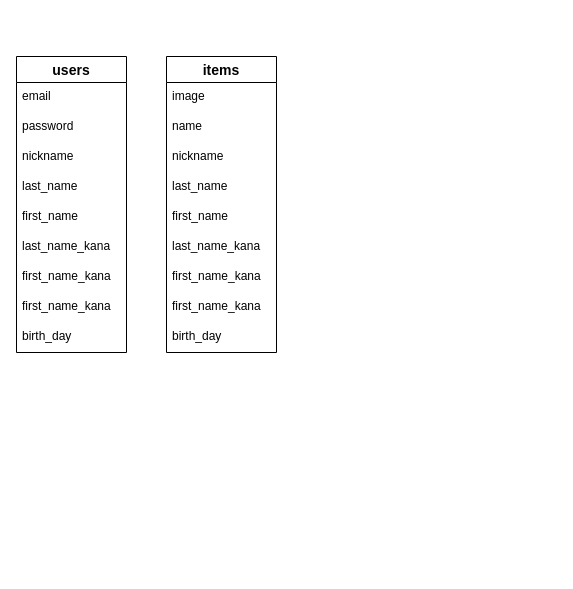
Before: er.dio in Buchikin/furima-33942, a draw.io diagram. Source tidied: cells renumbered, new cells numbered last; positions are measured from the earlier drawing's top-left corner, leaving out a move shared by most shapes. Both pictures are drawn from the tidied source at 100%, with x=0, y=0 at pixel (16, 56).
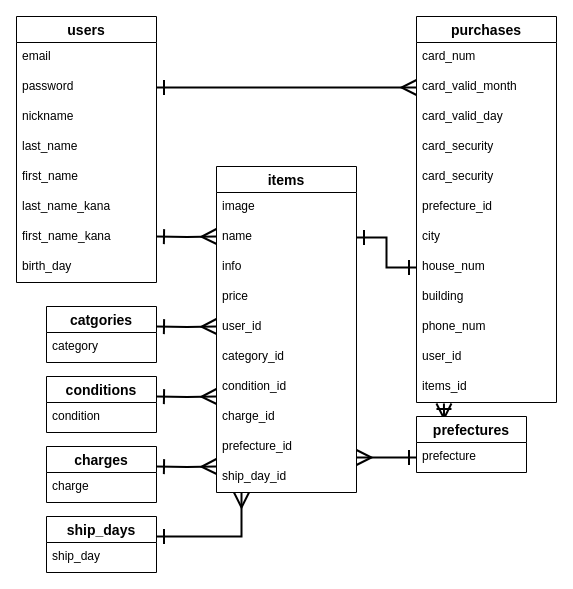
After the change.

What changed in the source:
```diff
@@
     <mxCell id="2" value="users" style="swimlane;fontStyle=1;horizontal=1;startSize=26;align=center;fontSize=14;" parent="1" vertex="1">
-      <mxGeometry width="110" height="296" as="geometry" />
+      <mxGeometry y="-40" width="140" height="266" as="geometry" />
     </mxCell>
     <mxCell id="3" value="email" style="text;strokeColor=none;fillColor=none;spacingLeft=4;spacingRight=4;overflow=hidden;fontSize=12;" parent="2" vertex="1">
-      <mxGeometry y="26" width="110" height="30" as="geometry" />
+      <mxGeometry y="26" width="140" height="30" as="geometry" />
     </mxCell>
     <mxCell id="4" value="password" style="text;strokeColor=none;fillColor=none;spacingLeft=4;spacingRight=4;overflow=hidden;points=[[0,0.5],[1,0.5]];portConstraint=eastwest;fontSize=12;" parent="2" vertex="1">
-      <mxGeometry y="56" width="110" height="30" as="geometry" />
+      <mxGeometry y="56" width="140" height="30" as="geometry" />
     </mxCell>
     <mxCell id="5" value="nickname" style="text;strokeColor=none;fillColor=none;spacingLeft=4;spacingRight=4;overflow=hidden;fontSize=12;" parent="2" vertex="1">
-      <mxGeometry y="86" width="110" height="30" as="geometry" />
+      <mxGeometry y="86" width="140" height="30" as="geometry" />
     </mxCell>
     <mxCell id="6" value="last_name" style="text;strokeColor=none;fillColor=none;spacingLeft=4;spacingRight=4;overflow=hidden;fontSize=12;" parent="2" vertex="1">
-      <mxGeometry y="116" width="110" height="30" as="geometry" />
+      <mxGeometry y="116" width="140" height="30" as="geometry" />
     </mxCell>
     <mxCell id="7" value="first_name" style="text;strokeColor=none;fillColor=none;spacingLeft=4;spacingRight=4;overflow=hidden;fontSize=12;" parent="2" vertex="1">
-      <mxGeometry y="146" width="110" height="30" as="geometry" />
+      <mxGeometry y="146" width="140" height="30" as="geometry" />
     </mxCell>
     <mxCell id="8" value="last_name_kana" style="text;strokeColor=none;fillColor=none;spacingLeft=4;spacingRight=4;overflow=hidden;fontSize=12;" parent="2" vertex="1">
-      <mxGeometry y="176" width="110" height="30" as="geometry" />
+      <mxGeometry y="176" width="140" height="30" as="geometry" />
     </mxCell>
     <mxCell id="9" value="first_name_kana" style="text;strokeColor=none;fillColor=none;spacingLeft=4;spacingRight=4;overflow=hidden;fontSize=12;" parent="2" vertex="1">
-      <mxGeometry y="206" width="110" height="30" as="geometry" />
+      <mxGeometry y="206" width="140" height="30" as="geometry" />
     </mxCell>
-    <mxCell id="10" value="first_name_kana" style="text;strokeColor=none;fillColor=none;spacingLeft=4;spacingRight=4;overflow=hidden;fontSize=12;" parent="2" vertex="1">
-      <mxGeometry y="236" width="110" height="30" as="geometry" />
-    </mxCell>
     <mxCell id="11" value="birth_day" style="text;strokeColor=none;fillColor=none;spacingLeft=4;spacingRight=4;overflow=hidden;fontSize=12;" parent="2" vertex="1">
-      <mxGeometry y="266" width="110" height="30" as="geometry" />
+      <mxGeometry y="236" width="140" height="30" as="geometry" />
     </mxCell>
-    <mxCell id="12" value="items" style="swimlane;fontStyle=1;horizontal=1;startSize=26;align=center;fontSize=14;" parent="1" vertex="1">
-      <mxGeometry x="150" width="110" height="296" as="geometry" />
+    <mxCell id="12" value="purchases" style="swimlane;fontStyle=1;horizontal=1;startSize=26;align=center;fontSize=14;" parent="1" vertex="1">
+      <mxGeometry x="400" y="-40" width="140" height="386" as="geometry" />
     </mxCell>
-    <mxCell id="13" value="image" style="text;strokeColor=none;fillColor=none;spacingLeft=4;spacingRight=4;overflow=hidden;fontSize=12;" parent="12" vertex="1">
-      <mxGeometry y="26" width="110" height="30" as="geometry" />
+    <mxCell id="13" value="card_num" style="text;strokeColor=none;fillColor=none;spacingLeft=4;spacingRight=4;overflow=hidden;fontSize=12;" parent="12" vertex="1">
+      <mxGeometry y="26" width="140" height="30" as="geometry" />
     </mxCell>
-    <mxCell id="14" value="name" style="text;strokeColor=none;fillColor=none;spacingLeft=4;spacingRight=4;overflow=hidden;points=[[0,0.5],[1,0.5]];portConstraint=eastwest;fontSize=12;" parent="12" vertex="1">
-      <mxGeometry y="56" width="110" height="30" as="geometry" />
+    <mxCell id="14" value="card_valid_month" style="text;strokeColor=none;fillColor=none;spacingLeft=4;spacingRight=4;overflow=hidden;points=[[0,0.5],[1,0.5]];portConstraint=eastwest;fontSize=12;" parent="12" vertex="1">
+      <mxGeometry y="56" width="140" height="30" as="geometry" />
     </mxCell>
-    <mxCell id="15" value="nickname" style="text;strokeColor=none;fillColor=none;spacingLeft=4;spacingRight=4;overflow=hidden;fontSize=12;" parent="12" vertex="1">
-      <mxGeometry y="86" width="110" height="30" as="geometry" />
-    </mxCell>
+    <mxCell id="22" value="card_valid_day" style="text;strokeColor=none;fillColor=none;spacingLeft=4;spacingRight=4;overflow=hidden;fontSize=12;" parent="12" vertex="1">
+      <mxGeometry y="86" width="140" height="30" as="geometry" />
+    </mxCell>
-    <mxCell id="16" value="last_name" style="text;strokeColor=none;fillColor=none;spacingLeft=4;spacingRight=4;overflow=hidden;fontSize=12;" parent="12" vertex="1">
-      <mxGeometry y="116" width="110" height="30" as="geometry" />
+    <mxCell id="16" value="card_security" style="text;strokeColor=none;fillColor=none;spacingLeft=4;spacingRight=4;overflow=hidden;fontSize=12;" parent="12" vertex="1">
+      <mxGeometry y="116" width="140" height="30" as="geometry" />
     </mxCell>
-    <mxCell id="17" value="first_name" style="text;strokeColor=none;fillColor=none;spacingLeft=4;spacingRight=4;overflow=hidden;fontSize=12;" parent="12" vertex="1">
-      <mxGeometry y="146" width="110" height="30" as="geometry" />
-    </mxCell>
-    <mxCell id="18" value="last_name_kana" style="text;strokeColor=none;fillColor=none;spacingLeft=4;spacingRight=4;overflow=hidden;fontSize=12;" parent="12" vertex="1">
-      <mxGeometry y="176" width="110" height="30" as="geometry" />
-    </mxCell>
-    <mxCell id="19" value="first_name_kana" style="text;strokeColor=none;fillColor=none;spacingLeft=4;spacingRight=4;overflow=hidden;fontSize=12;" parent="12" vertex="1">
-      <mxGeometry y="206" width="110" height="30" as="geometry" />
-    </mxCell>
+    <mxCell id="23" value="card_security" style="text;strokeColor=none;fillColor=none;spacingLeft=4;spacingRight=4;overflow=hidden;fontSize=12;" parent="12" vertex="1">
+      <mxGeometry y="146" width="140" height="30" as="geometry" />
+    </mxCell>
+    <mxCell id="24" value="prefecture_id" style="text;strokeColor=none;fillColor=none;spacingLeft=4;spacingRight=4;overflow=hidden;fontSize=12;" parent="12" vertex="1">
+      <mxGeometry y="176" width="140" height="30" as="geometry" />
+    </mxCell>
-    <mxCell id="20" value="first_name_kana" style="text;strokeColor=none;fillColor=none;spacingLeft=4;spacingRight=4;overflow=hidden;fontSize=12;" parent="12" vertex="1">
-      <mxGeometry y="236" width="110" height="30" as="geometry" />
+    <mxCell id="20" value="city" style="text;strokeColor=none;fillColor=none;spacingLeft=4;spacingRight=4;overflow=hidden;fontSize=12;" parent="12" vertex="1">
+      <mxGeometry y="206" width="140" height="30" as="geometry" />
     </mxCell>
-    <mxCell id="21" value="birth_day" style="text;strokeColor=none;fillColor=none;spacingLeft=4;spacingRight=4;overflow=hidden;points=[[0,0.5],[1,0.5]];portConstraint=eastwest;fontSize=12;" parent="12" vertex="1">
-      <mxGeometry y="266" width="110" height="30" as="geometry" />
+    <mxCell id="21" value="house_num" style="text;strokeColor=none;fillColor=none;spacingLeft=4;spacingRight=4;overflow=hidden;points=[[0,0.5],[1,0.5]];portConstraint=eastwest;fontSize=12;" parent="12" vertex="1">
+      <mxGeometry y="236" width="140" height="30" as="geometry" />
     </mxCell>
+    <mxCell id="25" value="building" style="text;strokeColor=none;fillColor=none;spacingLeft=4;spacingRight=4;overflow=hidden;fontSize=12;" parent="12" vertex="1">
+      <mxGeometry y="266" width="140" height="30" as="geometry" />
+    </mxCell>
+    <mxCell id="26" value="phone_num" style="text;strokeColor=none;fillColor=none;spacingLeft=4;spacingRight=4;overflow=hidden;fontSize=12;" parent="12" vertex="1">
+      <mxGeometry y="296" width="140" height="30" as="geometry" />
+    </mxCell>
+    <mxCell id="27" value="user_id" style="text;strokeColor=none;fillColor=none;spacingLeft=4;spacingRight=4;overflow=hidden;fontSize=12;" parent="12" vertex="1">
+      <mxGeometry y="326" width="140" height="30" as="geometry" />
+    </mxCell>
+    <mxCell id="28" value="items_id" style="text;strokeColor=none;fillColor=none;spacingLeft=4;spacingRight=4;overflow=hidden;points=[[0,0.5],[1,0.5]];portConstraint=eastwest;fontSize=12;" parent="12" vertex="1">
+      <mxGeometry y="356" width="140" height="30" as="geometry" />
+    </mxCell>
+    <mxCell id="29" value="items" style="swimlane;fontStyle=1;horizontal=1;startSize=26;align=center;fontSize=14;" parent="1" vertex="1">
+      <mxGeometry x="200" y="110" width="140" height="326" as="geometry" />
+    </mxCell>
+    <mxCell id="30" value="image" style="text;strokeColor=none;fillColor=none;spacingLeft=4;spacingRight=4;overflow=hidden;fontSize=12;" parent="29" vertex="1">
+      <mxGeometry y="26" width="140" height="30" as="geometry" />
+    </mxCell>
+    <mxCell id="31" value="name" style="text;strokeColor=none;fillColor=none;spacingLeft=4;spacingRight=4;overflow=hidden;points=[[0,0.5],[1,0.5]];portConstraint=eastwest;fontSize=12;" parent="29" vertex="1">
+      <mxGeometry y="56" width="140" height="30" as="geometry" />
+    </mxCell>
+    <mxCell id="32" value="info" style="text;strokeColor=none;fillColor=none;spacingLeft=4;spacingRight=4;overflow=hidden;fontSize=12;" parent="29" vertex="1">
+      <mxGeometry y="86" width="140" height="30" as="geometry" />
+    </mxCell>
+    <mxCell id="33" value="price" style="text;strokeColor=none;fillColor=none;spacingLeft=4;spacingRight=4;overflow=hidden;fontSize=12;" parent="29" vertex="1">
+      <mxGeometry y="116" width="140" height="30" as="geometry" />
+    </mxCell>
+    <mxCell id="34" value="user_id" style="text;strokeColor=none;fillColor=none;spacingLeft=4;spacingRight=4;overflow=hidden;fontSize=12;" parent="29" vertex="1">
+      <mxGeometry y="146" width="140" height="30" as="geometry" />
+    </mxCell>
+    <mxCell id="35" value="category_id" style="text;strokeColor=none;fillColor=none;spacingLeft=4;spacingRight=4;overflow=hidden;fontSize=12;" parent="29" vertex="1">
+      <mxGeometry y="176" width="140" height="30" as="geometry" />
+    </mxCell>
+    <mxCell id="36" value="condition_id" style="text;strokeColor=none;fillColor=none;spacingLeft=4;spacingRight=4;overflow=hidden;fontSize=12;" parent="29" vertex="1">
+      <mxGeometry y="206" width="140" height="30" as="geometry" />
+    </mxCell>
+    <mxCell id="37" value="charge_id" style="text;strokeColor=none;fillColor=none;spacingLeft=4;spacingRight=4;overflow=hidden;fontSize=12;" parent="29" vertex="1">
+      <mxGeometry y="236" width="140" height="30" as="geometry" />
+    </mxCell>
+    <mxCell id="38" value="prefecture_id" style="text;strokeColor=none;fillColor=none;spacingLeft=4;spacingRight=4;overflow=hidden;fontSize=12;" parent="29" vertex="1">
+      <mxGeometry y="266" width="140" height="30" as="geometry" />
+    </mxCell>
+    <mxCell id="39" value="ship_day_id" style="text;strokeColor=none;fillColor=none;spacingLeft=4;spacingRight=4;overflow=hidden;points=[[0,0.5],[1,0.5]];portConstraint=eastwest;fontSize=12;" parent="29" vertex="1">
+      <mxGeometry y="296" width="140" height="30" as="geometry" />
+    </mxCell>
+    <mxCell id="40" value="catgories" style="swimlane;fontStyle=1;horizontal=1;startSize=26;align=center;fontSize=14;" parent="1" vertex="1">
+      <mxGeometry x="30" y="250" width="110" height="56" as="geometry" />
+    </mxCell>
+    <mxCell id="41" value="category" style="text;strokeColor=none;fillColor=none;spacingLeft=4;spacingRight=4;overflow=hidden;fontSize=12;" parent="40" vertex="1">
+      <mxGeometry y="26" width="110" height="30" as="geometry" />
+    </mxCell>
+    <mxCell id="42" value="conditions" style="swimlane;fontStyle=1;horizontal=1;startSize=26;align=center;fontSize=14;" parent="1" vertex="1">
+      <mxGeometry x="30" y="320" width="110" height="56" as="geometry" />
+    </mxCell>
+    <mxCell id="43" value="condition" style="text;strokeColor=none;fillColor=none;spacingLeft=4;spacingRight=4;overflow=hidden;fontSize=12;" parent="42" vertex="1">
+      <mxGeometry y="26" width="110" height="30" as="geometry" />
+    </mxCell>
+    <mxCell id="44" value="charges" style="swimlane;fontStyle=1;horizontal=1;startSize=26;align=center;fontSize=14;" parent="1" vertex="1">
+      <mxGeometry x="30" y="390" width="110" height="56" as="geometry" />
+    </mxCell>
+    <mxCell id="45" value="charge" style="text;strokeColor=none;fillColor=none;spacingLeft=4;spacingRight=4;overflow=hidden;fontSize=12;" parent="44" vertex="1">
+      <mxGeometry y="26" width="110" height="30" as="geometry" />
+    </mxCell>
+    <mxCell id="46" value="ship_days" style="swimlane;fontStyle=1;horizontal=1;startSize=26;align=center;fontSize=14;" parent="1" vertex="1">
+      <mxGeometry x="30" y="460" width="110" height="56" as="geometry" />
+    </mxCell>
+    <mxCell id="47" value="ship_day" style="text;strokeColor=none;fillColor=none;spacingLeft=4;spacingRight=4;overflow=hidden;fontSize=12;" parent="46" vertex="1">
+      <mxGeometry y="26" width="110" height="30" as="geometry" />
+    </mxCell>
+    <mxCell id="48" style="edgeStyle=orthogonalEdgeStyle;rounded=0;jettySize=auto;html=1;exitX=0.25;exitY=0;exitDx=0;exitDy=0;entryX=0.196;entryY=1.033;entryDx=0;entryDy=0;entryPerimeter=0;startArrow=ERone;startFill=0;startSize=12;endArrow=ERmany;endFill=0;endSize=12;strokeWidth=2;" parent="1" edge="1" source="49" target="28">
+      <mxGeometry relative="1" as="geometry" />
+    </mxCell>
+    <mxCell id="49" value="prefectures" style="swimlane;fontStyle=1;horizontal=1;startSize=26;align=center;fontSize=14;" parent="1" vertex="1">
+      <mxGeometry x="400" y="360" width="110" height="56" as="geometry" />
+    </mxCell>
+    <mxCell id="50" value="prefecture" style="text;strokeColor=none;fillColor=none;spacingLeft=4;spacingRight=4;overflow=hidden;points=[[0,0.5],[1,0.5]];portConstraint=eastwest;fontSize=12;" parent="49" vertex="1">
+      <mxGeometry y="26" width="110" height="30" as="geometry" />
+    </mxCell>
+    <mxCell id="51" style="edgeStyle=orthogonalEdgeStyle;rounded=0;jettySize=auto;html=1;exitX=1;exitY=0.5;exitDx=0;exitDy=0;entryX=0;entryY=0.5;entryDx=0;entryDy=0;endArrow=ERmany;endFill=0;startArrow=ERone;startFill=0;strokeWidth=2;endSize=12;startSize=12;" parent="1" edge="1" source="4" target="14">
+      <mxGeometry relative="1" as="geometry" />
+    </mxCell>
+    <mxCell id="52" style="edgeStyle=orthogonalEdgeStyle;rounded=0;orthogonalLoop=1;jettySize=auto;html=1;exitX=1;exitY=0.5;exitDx=0;exitDy=0;endArrow=ERmany;endFill=0;startArrow=ERone;startFill=0;strokeWidth=2;endSize=12;startSize=12;" parent="1" edge="1">
+      <mxGeometry relative="1" as="geometry">
+        <mxPoint x="140" y="180" as="sourcePoint" />
+        <mxPoint x="200" y="180" as="targetPoint" />
+      </mxGeometry>
+    </mxCell>
+    <mxCell id="53" style="edgeStyle=orthogonalEdgeStyle;rounded=0;jettySize=auto;html=1;exitX=1;exitY=0.5;exitDx=0;exitDy=0;entryX=0;entryY=0.5;entryDx=0;entryDy=0;startArrow=ERone;startFill=0;startSize=12;endArrow=ERone;endFill=0;endSize=12;strokeWidth=2;" parent="1" edge="1" source="31" target="21">
+      <mxGeometry relative="1" as="geometry" />
+    </mxCell>
+    <mxCell id="54" style="edgeStyle=orthogonalEdgeStyle;rounded=0;orthogonalLoop=1;jettySize=auto;html=1;exitX=1;exitY=0.5;exitDx=0;exitDy=0;entryX=0;entryY=0.5;entryDx=0;entryDy=0;startArrow=ERone;startFill=0;startSize=12;endArrow=ERmany;endFill=0;endSize=12;strokeWidth=2;" parent="1" edge="1">
+      <mxGeometry relative="1" as="geometry">
+        <mxPoint x="140" y="270" as="sourcePoint" />
+        <mxPoint x="200" y="270" as="targetPoint" />
+      </mxGeometry>
+    </mxCell>
+    <mxCell id="55" style="edgeStyle=orthogonalEdgeStyle;rounded=0;orthogonalLoop=1;jettySize=auto;html=1;exitX=1;exitY=0.5;exitDx=0;exitDy=0;entryX=0;entryY=0.5;entryDx=0;entryDy=0;startArrow=ERone;startFill=0;startSize=12;endArrow=ERmany;endFill=0;endSize=12;strokeWidth=2;" parent="1" edge="1">
+      <mxGeometry relative="1" as="geometry">
+        <mxPoint x="140" y="340" as="sourcePoint" />
+        <mxPoint x="200" y="340" as="targetPoint" />
+      </mxGeometry>
+    </mxCell>
+    <mxCell id="56" style="edgeStyle=orthogonalEdgeStyle;rounded=0;orthogonalLoop=1;jettySize=auto;html=1;exitX=1;exitY=0.5;exitDx=0;exitDy=0;entryX=0;entryY=0.5;entryDx=0;entryDy=0;startArrow=ERone;startFill=0;startSize=12;endArrow=ERmany;endFill=0;endSize=12;strokeWidth=2;" parent="1" edge="1">
+      <mxGeometry relative="1" as="geometry">
+        <mxPoint x="140" y="410" as="sourcePoint" />
+        <mxPoint x="200" y="410" as="targetPoint" />
+      </mxGeometry>
+    </mxCell>
+    <mxCell id="57" style="edgeStyle=orthogonalEdgeStyle;rounded=0;jettySize=auto;html=1;exitX=1;exitY=0.5;exitDx=0;exitDy=0;startArrow=ERone;startFill=0;startSize=12;endArrow=ERmany;endFill=0;endSize=12;strokeWidth=2;" parent="1" edge="1" target="39">
+      <mxGeometry relative="1" as="geometry">
+        <mxPoint x="140" y="480" as="sourcePoint" />
+        <Array as="points">
+          <mxPoint x="225" y="480" />
+        </Array>
+      </mxGeometry>
+    </mxCell>
+    <mxCell id="58" style="edgeStyle=orthogonalEdgeStyle;rounded=0;jettySize=auto;html=1;exitX=0;exitY=0.5;exitDx=0;exitDy=0;startArrow=ERone;startFill=0;startSize=12;endArrow=ERmany;endFill=0;endSize=12;strokeWidth=2;" parent="1" edge="1" source="50">
+      <mxGeometry relative="1" as="geometry">
+        <mxPoint x="340" y="401" as="targetPoint" />
+      </mxGeometry>
+    </mxCell>
```
